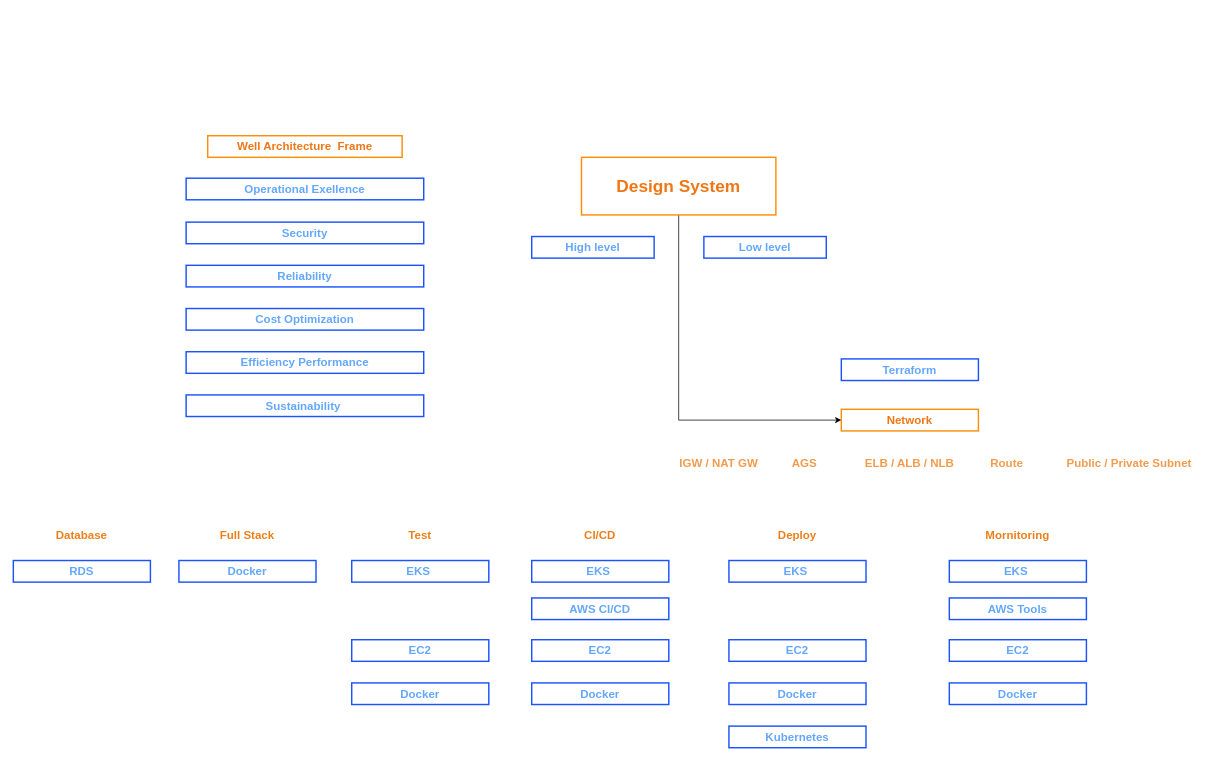
HoangGuruu/drawCloud keeps this draw.io diagram as MindSet.drawio. Above is the earlier version. Source tidied: cells renumbered, new cells numbered last; positions are measured from the earlier drawing's top-left corner, leaving out a move shared by most shapes. Both pictures are drawn from the tidied source at 72%, with x=0, y=0 at pixel (13, 135).
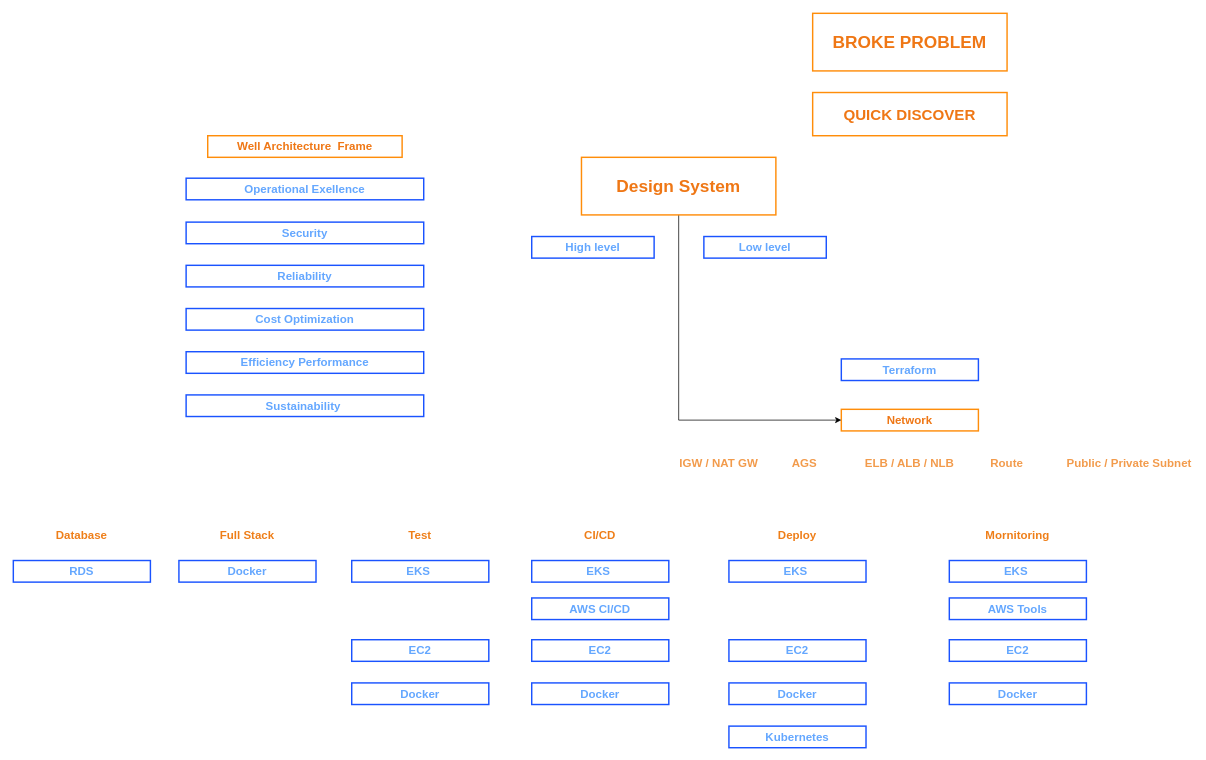
Above is the later version.

Commit message:
Cập nhật MindSet.drawio

The edit, as a diff of the source:
```diff
@@
+    <mxCell id="43" value="&lt;span style=&quot;font-size: 24px;&quot;&gt;BROKE PROBLEM&lt;/span&gt;" style="text;html=1;strokeColor=#ff8d0a;fillColor=none;align=center;verticalAlign=middle;whiteSpace=wrap;rounded=0;fontSize=16;fontStyle=1;fontColor=#ef7715;strokeWidth=2;" parent="1" vertex="1">
+      <mxGeometry x="1110.2" y="-170" width="270" height="80" as="geometry" />
+    </mxCell>
+    <mxCell id="44" value="QUICK DISCOVER" style="text;html=1;strokeColor=#ff8d0a;fillColor=none;align=center;verticalAlign=middle;whiteSpace=wrap;rounded=0;fontSize=21;fontStyle=1;fontColor=#ef7715;strokeWidth=2;" parent="1" vertex="1">
+      <mxGeometry x="1110.2" y="-60" width="270" height="60" as="geometry" />
+    </mxCell>
```
